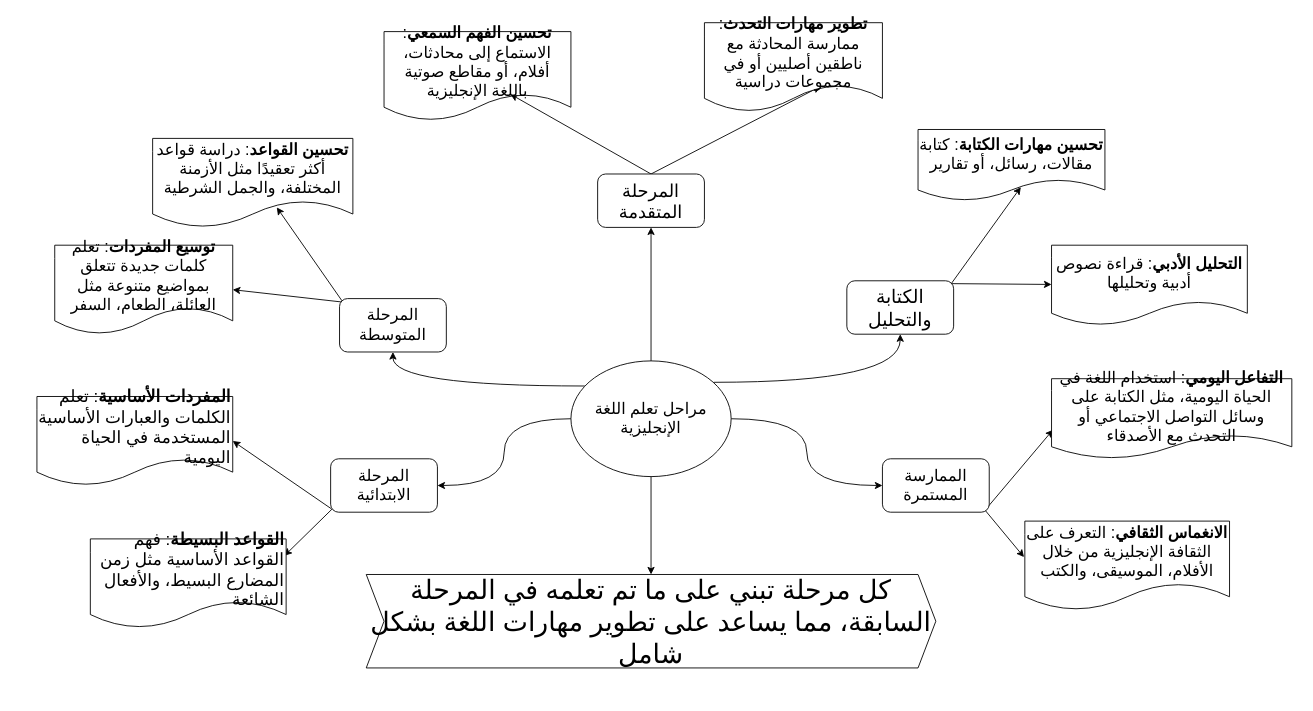
Before: Untitled Diagram.drawio in fq1y/for-instagram, a draw.io diagram. Source tidied: cells renumbered, new cells numbered last; positions are measured from the earlier drawing's top-left corner, leaving out a move shared by most shapes. Both pictures are drawn from the tidied source at 89%, with x=0, y=0 at pixel (36, 22).
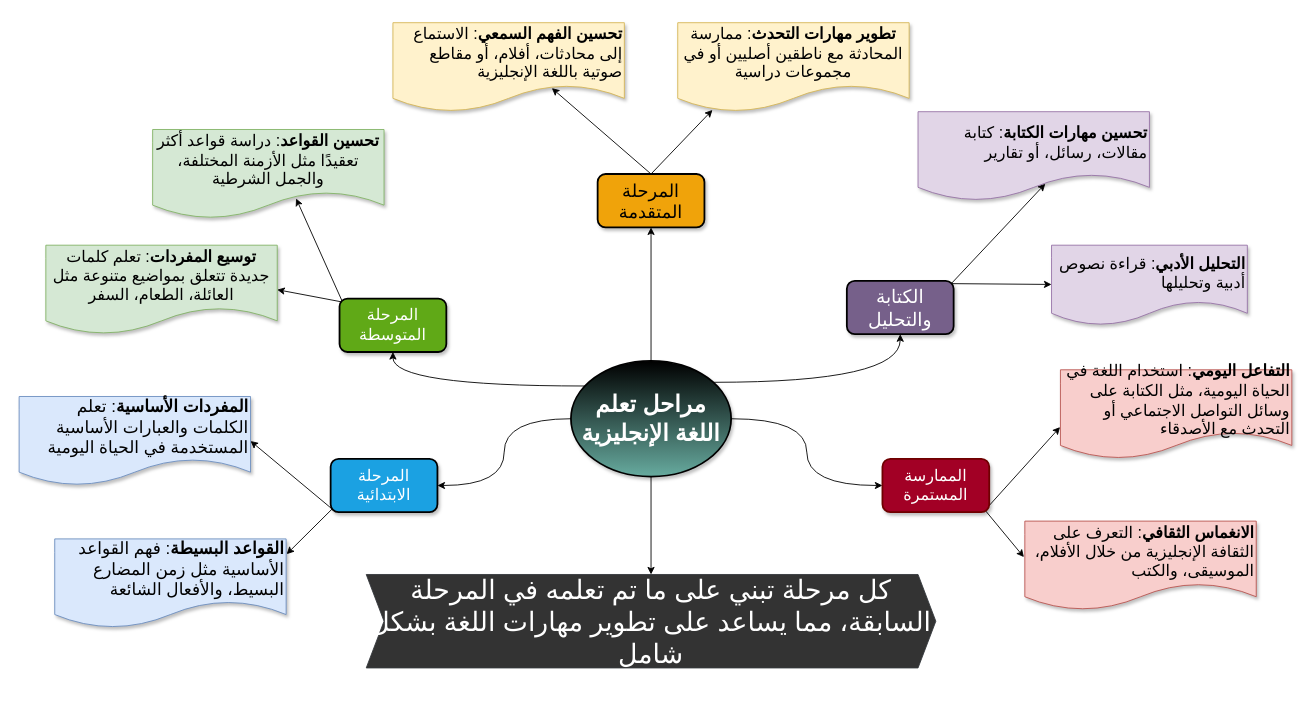
The same diagram, later.

What changed in the source:
```diff
@@
-    <mxCell id="8" value="&lt;font style=&quot;font-size: 18px;&quot;&gt;مراحل تعلم اللغة الإنجليزية&lt;/font&gt;" style="ellipse;whiteSpace=wrap;html=1;" parent="1" vertex="1">
+    <mxCell id="8" value="&lt;font face=&quot;Helvetica&quot; color=&quot;#ffffff&quot; size=&quot;1&quot; style=&quot;&quot;&gt;&lt;b style=&quot;font-size: 26px;&quot;&gt;مراحل تعلم اللغة الإنجليزية&lt;/b&gt;&lt;/font&gt;" style="ellipse;whiteSpace=wrap;html=1;fillColor=#67AB9F;gradientDirection=north;shadow=1;strokeWidth=2;strokeColor=#000000;gradientColor=default;" parent="1" vertex="1">
       <mxGeometry x="600" y="380" width="180" height="130" as="geometry" />
     </mxCell>
-    <mxCell id="9" style="rounded=0;jettySize=auto;html=1;elbow=vertical;entryX=1;entryY=0.5;entryDx=0;entryDy=0;exitX=0.006;exitY=0.935;exitDx=0;exitDy=0;exitPerimeter=0;" parent="1" edge="1" source="11" target="12">
+    <mxCell id="9" style="rounded=0;jettySize=auto;html=1;elbow=vertical;entryX=1;entryY=0.5;entryDx=0;entryDy=0;exitX=0.014;exitY=0.94;exitDx=0;exitDy=0;exitPerimeter=0;" parent="1" edge="1" source="11" target="12">
       <mxGeometry relative="1" as="geometry" />
     </mxCell>
@@
-    <mxCell id="11" value="&lt;font style=&quot;font-size: 18px;&quot;&gt;المرحلة الابتدائية&lt;/font&gt;" style="rounded=1;whiteSpace=wrap;html=1;" parent="1" vertex="1">
+    <mxCell id="11" value="&lt;font style=&quot;font-size: 18px;&quot;&gt;المرحلة الابتدائية&lt;/font&gt;" style="rounded=1;whiteSpace=wrap;html=1;fillColor=#1ba1e2;strokeColor=#000000;fontColor=#ffffff;shadow=1;strokeWidth=2;" parent="1" vertex="1">
       <mxGeometry x="330" y="490" width="120" height="60" as="geometry" />
     </mxCell>
-    <mxCell id="12" value="&lt;font style=&quot;font-size: 19px;&quot;&gt;&lt;strong style=&quot;&quot;&gt;المفردات الأساسية&lt;/strong&gt;: تعلم الكلمات والعبارات الأساسية المستخدمة في الحياة اليومية&lt;/font&gt;" style="shape=document;whiteSpace=wrap;html=1;boundedLbl=1;rounded=1;align=right;" parent="1" vertex="1">
-      <mxGeometry y="420" width="220" height="100" as="geometry" />
+    <mxCell id="12" value="&lt;font style=&quot;font-size: 19px;&quot;&gt;&lt;strong style=&quot;&quot;&gt;المفردات الأساسية&lt;/strong&gt;: تعلم الكلمات والعبارات الأساسية المستخدمة في الحياة اليومية&lt;/font&gt;" style="shape=document;whiteSpace=wrap;html=1;boundedLbl=1;rounded=1;align=right;fillColor=#dae8fc;strokeColor=#6c8ebf;strokeWidth=1;shadow=1;" parent="1" vertex="1">
+      <mxGeometry x="-20" y="420" width="260" height="100" as="geometry" />
     </mxCell>
-    <mxCell id="13" value="&lt;font style=&quot;font-size: 19px;&quot;&gt;&lt;strong&gt;القواعد البسيطة&lt;/strong&gt;: فهم القواعد الأساسية مثل زمن المضارع البسيط، والأفعال الشائعة&lt;/font&gt;" style="shape=document;whiteSpace=wrap;html=1;boundedLbl=1;rounded=1;align=right;" parent="1" vertex="1">
-      <mxGeometry x="60" y="580" width="220" height="100" as="geometry" />
+    <mxCell id="13" value="&lt;font style=&quot;font-size: 19px;&quot;&gt;&lt;strong&gt;القواعد البسيطة&lt;/strong&gt;: فهم القواعد الأساسية مثل زمن المضارع البسيط، والأفعال الشائعة&lt;/font&gt;" style="shape=document;whiteSpace=wrap;html=1;boundedLbl=1;rounded=1;align=right;strokeWidth=1;perimeterSpacing=3;fillColor=#dae8fc;strokeColor=#6c8ebf;shadow=1;" parent="1" vertex="1">
+      <mxGeometry x="20" y="580" width="260" height="100" as="geometry" />
     </mxCell>
@@
-    <mxCell id="16" value="&lt;font style=&quot;font-size: 18px;&quot;&gt;المرحلة المتوسطة&lt;/font&gt;" style="rounded=1;whiteSpace=wrap;html=1;" parent="1" vertex="1">
+    <mxCell id="16" value="&lt;font style=&quot;font-size: 18px;&quot;&gt;المرحلة المتوسطة&lt;/font&gt;" style="rounded=1;whiteSpace=wrap;html=1;fillColor=#60a917;fontColor=#ffffff;strokeColor=#000000;shadow=1;glass=0;strokeWidth=2;" parent="1" vertex="1">
       <mxGeometry x="340" y="310" width="120" height="60" as="geometry" />
     </mxCell>
-    <mxCell id="17" value="&lt;font style=&quot;font-size: 18px;&quot;&gt;&lt;strong&gt;توسيع المفردات&lt;/strong&gt;: تعلم كلمات جديدة تتعلق بمواضيع متنوعة مثل العائلة، الطعام، السفر&lt;/font&gt;" style="shape=document;whiteSpace=wrap;html=1;boundedLbl=1;rounded=1;" parent="1" vertex="1">
-      <mxGeometry x="20" y="250" width="200" height="100" as="geometry" />
+    <mxCell id="17" value="&lt;font style=&quot;font-size: 18px;&quot;&gt;&lt;strong&gt;توسيع المفردات&lt;/strong&gt;: تعلم كلمات جديدة تتعلق بمواضيع متنوعة مثل العائلة، الطعام، السفر&lt;/font&gt;" style="shape=document;whiteSpace=wrap;html=1;boundedLbl=1;rounded=1;fillColor=#d5e8d4;strokeColor=#82b366;shadow=1;" parent="1" vertex="1">
+      <mxGeometry x="10" y="250" width="260" height="100" as="geometry" />
     </mxCell>
-    <mxCell id="18" value="&lt;font style=&quot;font-size: 18px;&quot;&gt;&lt;strong&gt;تحسين القواعد&lt;/strong&gt;: دراسة قواعد أكثر تعقيدًا مثل الأزمنة المختلفة، والجمل الشرطية&lt;/font&gt;" style="shape=document;whiteSpace=wrap;html=1;boundedLbl=1;rounded=1;" parent="1" vertex="1">
-      <mxGeometry x="130" y="130" width="225" height="100" as="geometry" />
+    <mxCell id="18" value="&lt;font style=&quot;font-size: 18px;&quot;&gt;&lt;strong&gt;تحسين القواعد&lt;/strong&gt;: دراسة قواعد أكثر تعقيدًا مثل الأزمنة المختلفة، والجمل الشرطية&lt;/font&gt;" style="shape=document;whiteSpace=wrap;html=1;boundedLbl=1;rounded=1;fillColor=#d5e8d4;strokeColor=#82b366;shadow=1;" parent="1" vertex="1">
+      <mxGeometry x="130" y="120" width="260" height="100" as="geometry" />
     </mxCell>
@@
-    <mxCell id="20" style="rounded=0;jettySize=auto;html=1;exitX=0.5;exitY=0;exitDx=0;exitDy=0;entryX=0.654;entryY=0.714;entryDx=0;entryDy=0;entryPerimeter=0;" parent="1" edge="1" source="21" target="23">
+    <mxCell id="20" style="rounded=0;jettySize=auto;html=1;exitX=0.5;exitY=0;exitDx=0;exitDy=0;entryX=0.184;entryY=0.875;entryDx=0;entryDy=0;entryPerimeter=0;" parent="1" edge="1" source="21" target="23">
       <mxGeometry relative="1" as="geometry" />
     </mxCell>
-    <mxCell id="21" value="&lt;font style=&quot;font-size: 20px;&quot;&gt;المرحلة المتقدمة&lt;/font&gt;" style="rounded=1;whiteSpace=wrap;html=1;" parent="1" vertex="1">
+    <mxCell id="21" value="&lt;font style=&quot;font-size: 20px;&quot;&gt;المرحلة المتقدمة&lt;/font&gt;" style="rounded=1;whiteSpace=wrap;html=1;fillColor=#f0a30a;fontColor=#000000;strokeColor=#000000;shadow=1;strokeWidth=2;" parent="1" vertex="1">
       <mxGeometry x="630" y="170" width="120" height="60" as="geometry" />
     </mxCell>
-    <mxCell id="22" value="&lt;font style=&quot;font-size: 18px;&quot;&gt;&lt;strong&gt;تحسين الفهم السمعي&lt;/strong&gt;: الاستماع إلى محادثات، أفلام، أو مقاطع صوتية باللغة الإنجليزية&lt;/font&gt;" style="shape=document;whiteSpace=wrap;html=1;boundedLbl=1;rounded=1;" parent="1" vertex="1">
-      <mxGeometry x="390" y="10" width="210" height="100" as="geometry" />
+    <mxCell id="22" value="&lt;div style=&quot;&quot;&gt;&lt;strong style=&quot;font-size: 18px; background-color: initial;&quot;&gt;تحسين الفهم السمعي&lt;/strong&gt;&lt;span style=&quot;font-size: 18px; background-color: initial;&quot;&gt;: الاستماع إلى محادثات، أفلام، أو مقاطع صوتية باللغة الإنجليزية&lt;/span&gt;&lt;/div&gt;" style="shape=document;whiteSpace=wrap;html=1;boundedLbl=1;rounded=1;align=right;fillColor=#fff2cc;strokeColor=#d6b656;perimeterSpacing=8;shadow=1;" parent="1" vertex="1">
+      <mxGeometry x="400" width="260" height="100" as="geometry" />
     </mxCell>
-    <mxCell id="23" value="&lt;font style=&quot;font-size: 18px;&quot;&gt;&lt;strong&gt;تطوير مهارات التحدث&lt;/strong&gt;: ممارسة المحادثة مع ناطقين أصليين أو في مجموعات دراسية&lt;/font&gt;" style="shape=document;whiteSpace=wrap;html=1;boundedLbl=1;rounded=1;" parent="1" vertex="1">
-      <mxGeometry x="750" width="200" height="100" as="geometry" />
+    <mxCell id="23" value="&lt;font style=&quot;font-size: 18px;&quot;&gt;&lt;strong&gt;تطوير مهارات التحدث&lt;/strong&gt;: ممارسة المحادثة مع ناطقين أصليين أو في مجموعات دراسية&lt;/font&gt;" style="shape=document;whiteSpace=wrap;html=1;boundedLbl=1;rounded=1;fillColor=#fff2cc;strokeColor=#d6b656;perimeterSpacing=14;shadow=1;" parent="1" vertex="1">
+      <mxGeometry x="720" width="260" height="100" as="geometry" />
     </mxCell>
@@
-    <mxCell id="26" value="&lt;font style=&quot;font-size: 21px;&quot;&gt;الكتابة والتحليل&lt;/font&gt;" style="rounded=1;whiteSpace=wrap;html=1;" parent="1" vertex="1">
+    <mxCell id="26" value="&lt;font style=&quot;font-size: 21px;&quot;&gt;الكتابة والتحليل&lt;/font&gt;" style="rounded=1;whiteSpace=wrap;html=1;fillColor=#76608a;fontColor=#ffffff;strokeColor=#000000;shadow=1;strokeWidth=2;" parent="1" vertex="1">
       <mxGeometry x="910" y="290" width="120" height="60" as="geometry" />
     </mxCell>
-    <mxCell id="27" value="&lt;font style=&quot;font-size: 18px;&quot;&gt;&lt;strong&gt;تحسين مهارات الكتابة&lt;/strong&gt;: كتابة مقالات، رسائل، أو تقارير&lt;/font&gt;" style="shape=document;whiteSpace=wrap;html=1;boundedLbl=1;rounded=1;" parent="1" vertex="1">
-      <mxGeometry x="990" y="120" width="210" height="80" as="geometry" />
+    <mxCell id="27" value="&lt;font style=&quot;font-size: 18px;&quot;&gt;&lt;strong&gt;تحسين مهارات الكتابة&lt;/strong&gt;: كتابة مقالات، رسائل، أو تقارير&lt;/font&gt;" style="shape=document;whiteSpace=wrap;html=1;boundedLbl=1;rounded=1;align=right;shadow=1;fillColor=#e1d5e7;strokeColor=#9673a6;" parent="1" vertex="1">
+      <mxGeometry x="990" y="100" width="260" height="100" as="geometry" />
     </mxCell>
-    <mxCell id="28" value="&lt;font style=&quot;font-size: 18px;&quot;&gt;&lt;strong&gt;التحليل الأدبي&lt;/strong&gt;: قراءة نصوص أدبية وتحليلها&lt;/font&gt;" style="shape=document;whiteSpace=wrap;html=1;boundedLbl=1;rounded=1;" parent="1" vertex="1">
+    <mxCell id="28" value="&lt;font style=&quot;font-size: 18px;&quot;&gt;&lt;strong&gt;التحليل الأدبي&lt;/strong&gt;: قراءة نصوص أدبية وتحليلها&lt;/font&gt;" style="shape=document;whiteSpace=wrap;html=1;boundedLbl=1;rounded=1;fillColor=#e1d5e7;strokeColor=#9673a6;shadow=1;align=right;" parent="1" vertex="1">
       <mxGeometry x="1140" y="250" width="220" height="90" as="geometry" />
     </mxCell>
@@
-    <mxCell id="32" value="&lt;font style=&quot;font-size: 18px;&quot;&gt;الممارسة المستمرة&lt;/font&gt;" style="rounded=1;whiteSpace=wrap;html=1;" parent="1" vertex="1">
+    <mxCell id="32" value="&lt;font style=&quot;font-size: 18px;&quot;&gt;الممارسة المستمرة&lt;/font&gt;" style="rounded=1;whiteSpace=wrap;html=1;strokeWidth=2;fillColor=#a20025;strokeColor=#6F0000;fontColor=#ffffff;shadow=1;" parent="1" vertex="1">
       <mxGeometry x="950" y="490" width="120" height="60" as="geometry" />
     </mxCell>
-    <mxCell id="33" value="&lt;font style=&quot;font-size: 18px;&quot;&gt;&lt;strong&gt;الانغماس الثقافي&lt;/strong&gt;: التعرف على الثقافة الإنجليزية من خلال الأفلام، الموسيقى، والكتب&lt;/font&gt;" style="shape=document;whiteSpace=wrap;html=1;boundedLbl=1;rounded=1;" parent="1" vertex="1">
-      <mxGeometry x="1110" y="560" width="230" height="100" as="geometry" />
+    <mxCell id="33" value="&lt;font style=&quot;font-size: 18px;&quot;&gt;&lt;strong&gt;الانغماس الثقافي&lt;/strong&gt;: التعرف على الثقافة الإنجليزية من خلال الأفلام، الموسيقى، والكتب&lt;/font&gt;" style="shape=document;whiteSpace=wrap;html=1;boundedLbl=1;rounded=1;fillColor=#f8cecc;strokeColor=#b85450;align=right;shadow=1;" parent="1" vertex="1">
+      <mxGeometry x="1110" y="560" width="260" height="100" as="geometry" />
     </mxCell>
-    <mxCell id="34" value="&lt;font style=&quot;font-size: 18px;&quot;&gt;&lt;strong&gt;التفاعل اليومي&lt;/strong&gt;: استخدام اللغة في الحياة اليومية، مثل الكتابة على وسائل التواصل&amp;nbsp;الاجتماعي أو التحدث مع الأصدقاء&lt;/font&gt;" style="shape=document;whiteSpace=wrap;html=1;boundedLbl=1;rounded=1;" parent="1" vertex="1">
-      <mxGeometry x="1140" y="400" width="270" height="90" as="geometry" />
+    <mxCell id="34" value="&lt;font style=&quot;font-size: 18px;&quot;&gt;&lt;strong&gt;التفاعل اليومي&lt;/strong&gt;: استخدام اللغة في الحياة اليومية، مثل الكتابة على وسائل التواصل&amp;nbsp;الاجتماعي أو التحدث مع الأصدقاء&lt;/font&gt;" style="shape=document;whiteSpace=wrap;html=1;boundedLbl=1;rounded=1;perimeterSpacing=2;align=right;fillColor=#f8cecc;strokeColor=#b85450;shadow=1;" parent="1" vertex="1">
+      <mxGeometry x="1150" y="390" width="260" height="100" as="geometry" />
     </mxCell>
-    <mxCell id="35" value="&lt;div style=&quot;font-size: 30px;&quot; class=&quot;ChatMessage_chatMessage__xkgHx&quot;&gt;&lt;div style=&quot;&quot; class=&quot;ChatMessage_messageRow__DHlnq&quot;&gt;&lt;div style=&quot;&quot; class=&quot;ChatMessage_messageWrapper__4Ugd6&quot;&gt;&lt;div style=&quot;&quot; class=&quot;Message_rowWithFooter__FShU6&quot;&gt;&lt;div style=&quot;&quot; class=&quot;Message_row__ug_UU&quot;&gt;&lt;div style=&quot;&quot; class=&quot;Message_leftSideMessageBubble__VPdk6&quot;&gt;&lt;div style=&quot;&quot; class=&quot;Markdown_markdownContainer__Tz3HQ&quot;&gt;&lt;p style=&quot;&quot;&gt;&lt;font style=&quot;font-size: 30px;&quot;&gt;كل مرحلة تبني على ما تم تعلمه في المرحلة السابقة، مما يساعد على تطوير مهارات اللغة بشكل شامل&lt;/font&gt;&lt;/p&gt;&lt;/div&gt;&lt;/div&gt;&lt;/div&gt;&lt;/div&gt;&lt;/div&gt;&lt;/div&gt;&lt;/div&gt;" style="shape=step;perimeter=stepPerimeter;whiteSpace=wrap;html=1;fixedSize=1;" parent="1" vertex="1">
+    <mxCell id="35" value="&lt;div style=&quot;font-size: 30px;&quot; class=&quot;ChatMessage_chatMessage__xkgHx&quot;&gt;&lt;div style=&quot;&quot; class=&quot;ChatMessage_messageRow__DHlnq&quot;&gt;&lt;div style=&quot;&quot; class=&quot;ChatMessage_messageWrapper__4Ugd6&quot;&gt;&lt;div style=&quot;&quot; class=&quot;Message_rowWithFooter__FShU6&quot;&gt;&lt;div style=&quot;&quot; class=&quot;Message_row__ug_UU&quot;&gt;&lt;div style=&quot;&quot; class=&quot;Message_leftSideMessageBubble__VPdk6&quot;&gt;&lt;div style=&quot;&quot; class=&quot;Markdown_markdownContainer__Tz3HQ&quot;&gt;&lt;p style=&quot;&quot;&gt;&lt;font color=&quot;#ffffff&quot; style=&quot;font-size: 30px;&quot;&gt;كل مرحلة تبني على ما تم تعلمه في المرحلة السابقة، مما يساعد على تطوير مهارات اللغة بشكل شامل&lt;/font&gt;&lt;/p&gt;&lt;/div&gt;&lt;/div&gt;&lt;/div&gt;&lt;/div&gt;&lt;/div&gt;&lt;/div&gt;&lt;/div&gt;" style="shape=step;perimeter=stepPerimeter;whiteSpace=wrap;html=1;fixedSize=1;fillColor=#333333;strokeColor=#36393d;" parent="1" vertex="1">
       <mxGeometry x="370" y="620" width="640" height="105" as="geometry" />
     </mxCell>
```
